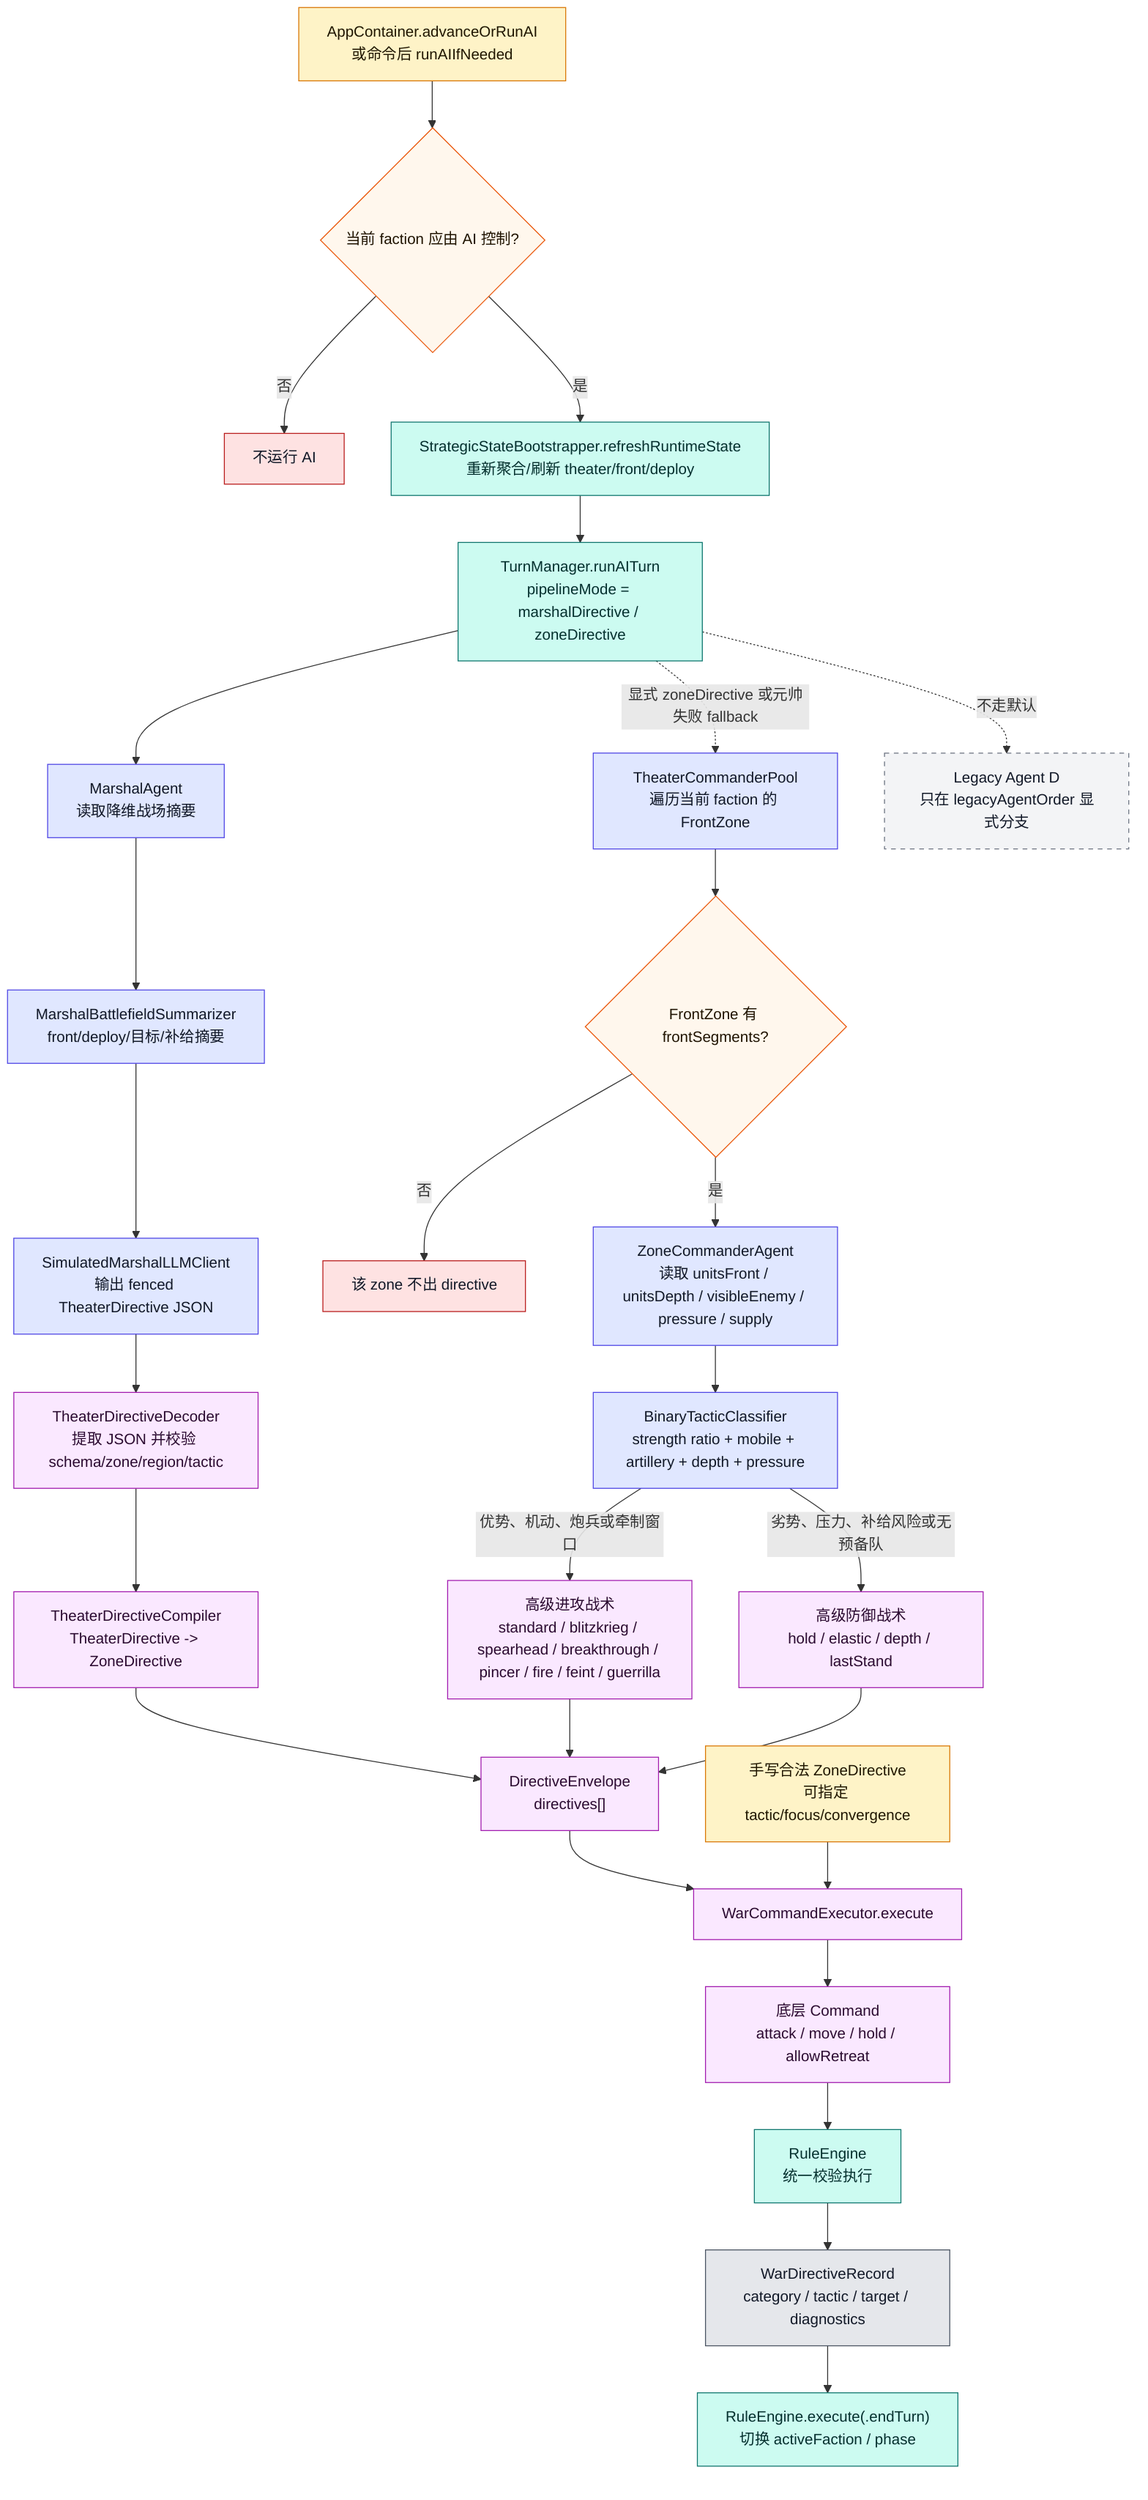
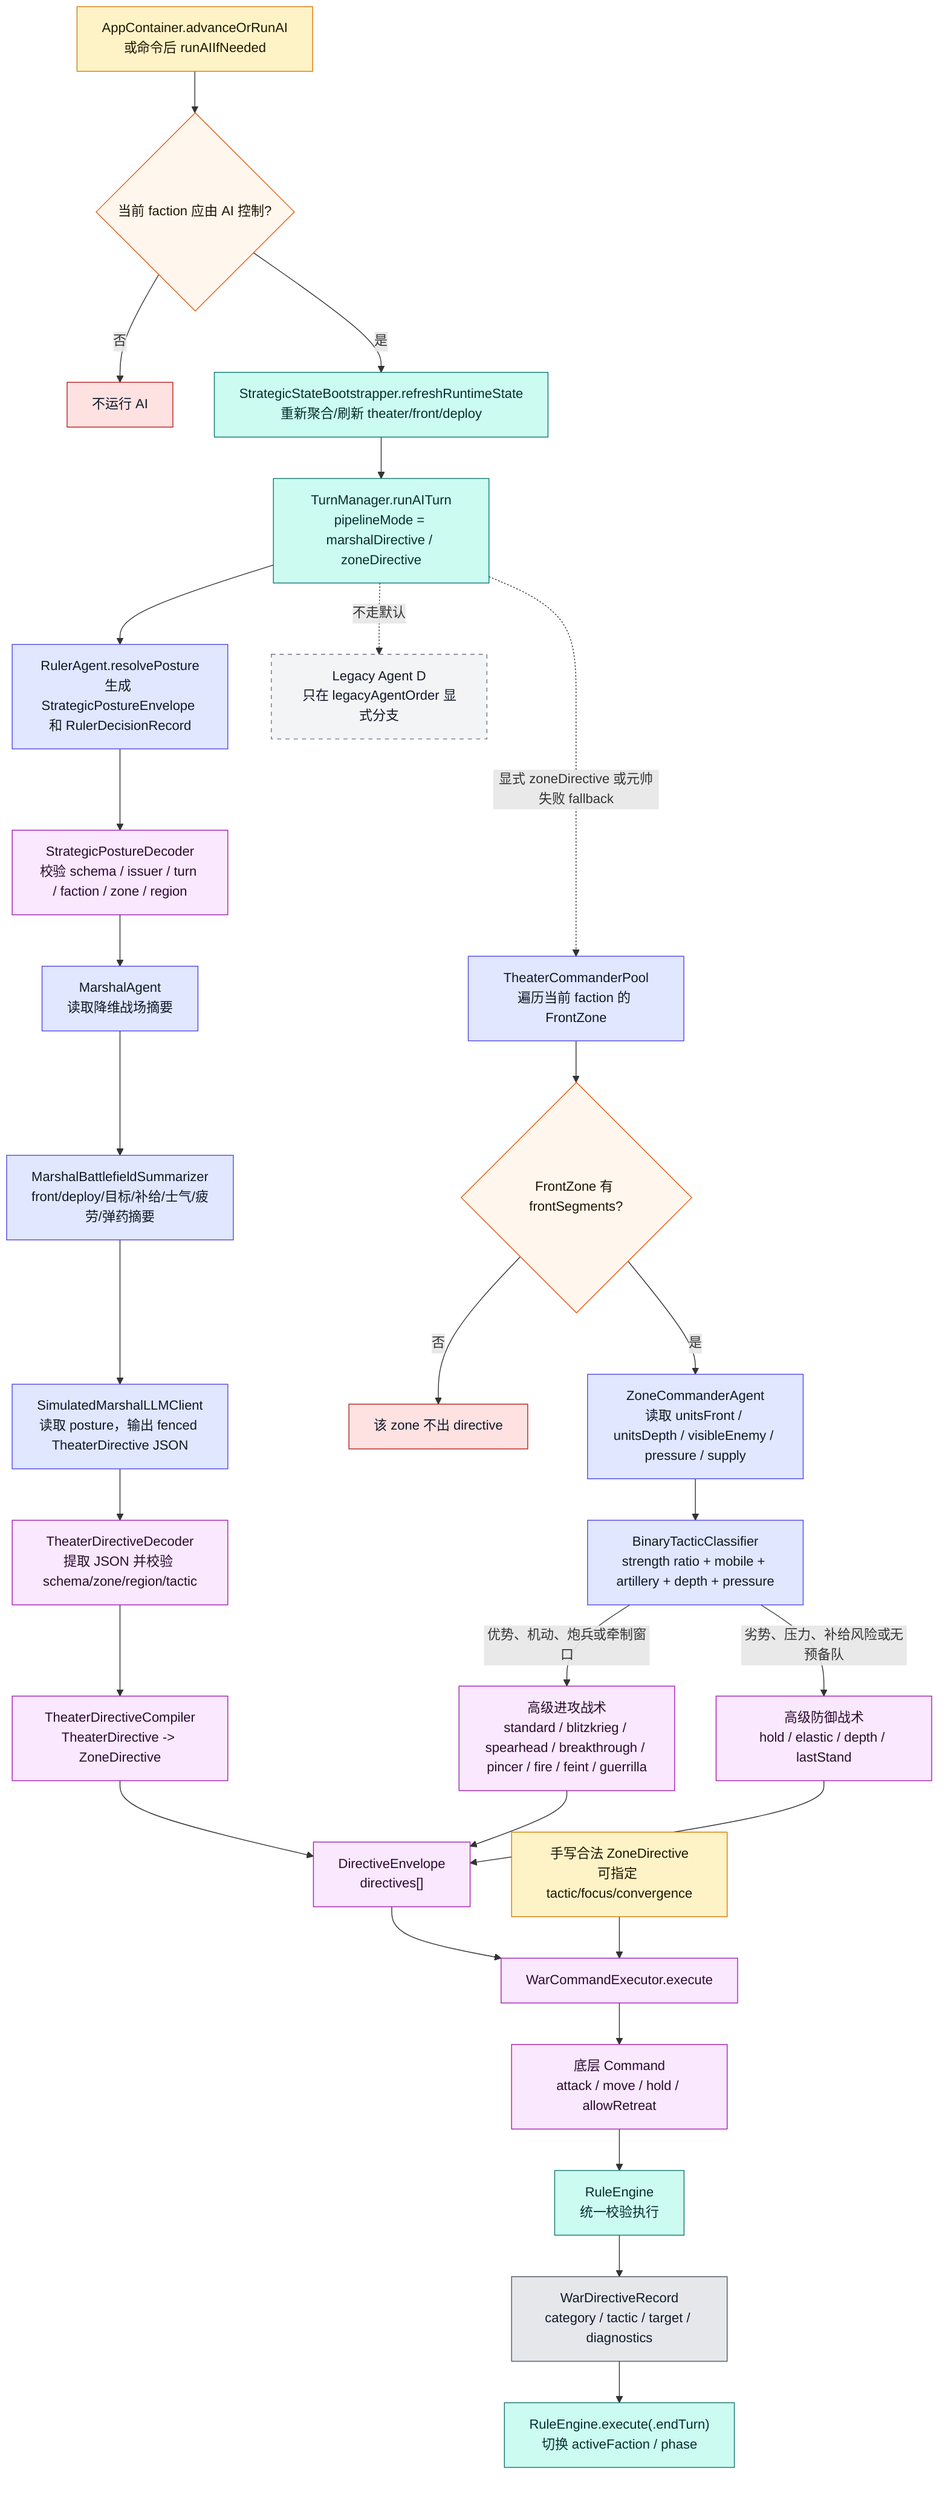
flowchart TD
    START["AppContainer.advanceOrRunAI<br/>或命令后 runAIIfNeeded"]:::input
    CHECK{"当前 faction 应由 AI 控制?"}:::decision
    STOP["不运行 AI"]:::stop
    REFRESH["StrategicStateBootstrapper.refreshRuntimeState<br/>重新聚合/刷新 theater/front/deploy"]:::rules
    TM["TurnManager.runAITurn<br/>pipelineMode = marshalDirective / zoneDirective"]:::rules
+     RULER["RulerAgent.resolvePosture<br/>生成 StrategicPostureEnvelope 和 RulerDecisionRecord"]:::ai
+     SPDEC["StrategicPostureDecoder<br/>校验 schema / issuer / turn / faction / zone / region"]:::command
    MARSHAL["MarshalAgent<br/>读取降维战场摘要"]:::ai
-     SUMMARY["MarshalBattlefieldSummarizer<br/>front/deploy/目标/补给摘要"]:::ai
-     LLM["SimulatedMarshalLLMClient<br/>输出 fenced TheaterDirective JSON"]:::ai
+     SUMMARY["MarshalBattlefieldSummarizer<br/>front/deploy/目标/补给/士气/疲劳/弹药摘要"]:::ai
+     LLM["SimulatedMarshalLLMClient<br/>读取 posture，输出 fenced TheaterDirective JSON"]:::ai
    DECODER["TheaterDirectiveDecoder<br/>提取 JSON 并校验 schema/zone/region/tactic"]:::command
    COMPILER["TheaterDirectiveCompiler<br/>TheaterDirective -> ZoneDirective"]:::command
    POOL["TheaterCommanderPool<br/>遍历当前 faction 的 FrontZone"]:::ai
    ZONE{"FrontZone 有 frontSegments?"}:::decision
    SKIP["该 zone 不出 directive"]:::stop
    AGENT["ZoneCommanderAgent<br/>读取 unitsFront / unitsDepth / visibleEnemy / pressure / supply"]:::ai
    CLS["BinaryTacticClassifier<br/>strength ratio + mobile + artillery + depth + pressure"]:::ai
    ATK["高级进攻战术<br/>standard / blitzkrieg / spearhead / breakthrough / pincer / fire / feint / guerrilla"]:::command
    DEF["高级防御战术<br/>hold / elastic / depth / lastStand"]:::command
    ENV["DirectiveEnvelope<br/>directives[]"]:::command
    WCE["WarCommandExecutor.execute"]:::command
    BOTTOM["底层 Command<br/>attack / move / hold / allowRetreat"]:::command
    RE["RuleEngine<br/>统一校验执行"]:::rules
    RECORD["WarDirectiveRecord<br/>category / tactic / target / diagnostics"]:::ui
    END["RuleEngine.execute(.endTurn)<br/>切换 activeFaction / phase"]:::rules

    START --> CHECK
    CHECK -->|否| STOP
-     CHECK -->|是| REFRESH --> TM --> MARSHAL --> SUMMARY --> LLM --> DECODER --> COMPILER --> ENV
+     CHECK -->|是| REFRESH --> TM --> RULER --> SPDEC --> MARSHAL --> SUMMARY --> LLM --> DECODER --> COMPILER --> ENV
    TM -.显式 zoneDirective 或元帅失败 fallback.-> POOL --> ZONE
    ZONE -->|否| SKIP
    ZONE -->|是| AGENT --> CLS
    CLS -->|优势、机动、炮兵或牵制窗口| ATK
    CLS -->|劣势、压力、补给风险或无预备队| DEF
    ATK --> ENV
    DEF --> ENV
    ENV --> WCE --> BOTTOM --> RE --> RECORD --> END

    LEGACY["Legacy Agent D<br/>只在 legacyAgentOrder 显式分支"]:::legacy
    TM -.不走默认.-> LEGACY

    MANUAL["手写合法 ZoneDirective<br/>可指定 tactic/focus/convergence"]:::input
    MANUAL --> WCE

    classDef input fill:#fef3c7,stroke:#d97706,color:#1f1600
    classDef decision fill:#fff7ed,stroke:#ea580c,color:#1f1300
    classDef stop fill:#fee2e2,stroke:#b91c1c,color:#111827
    classDef rules fill:#ccfbf1,stroke:#0f766e,color:#042f2e
    classDef ai fill:#e0e7ff,stroke:#4f46e5,color:#111827
    classDef command fill:#fae8ff,stroke:#a21caf,color:#2a0a2f
    classDef ui fill:#e5e7eb,stroke:#4b5563,color:#111827
    classDef legacy fill:#f3f4f6,stroke:#6b7280,stroke-dasharray:5 5,color:#111827
